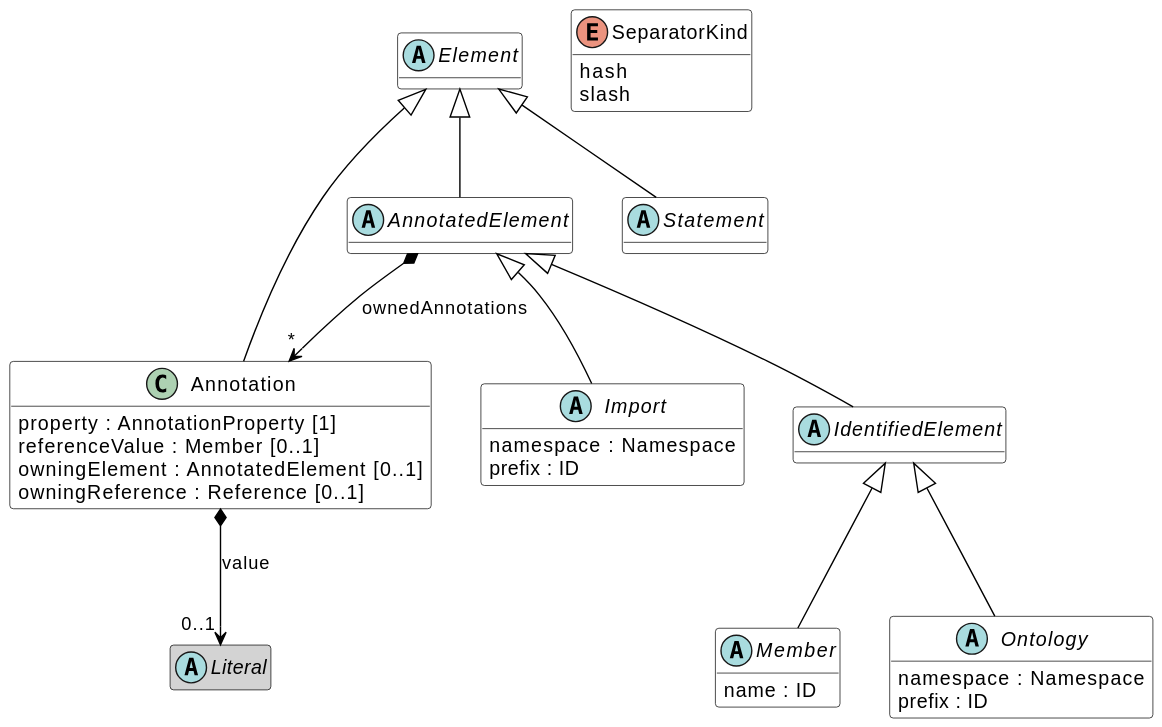
Above: images/oml-Elements.svg in opencaesar/oml (PlantUML), before the change.
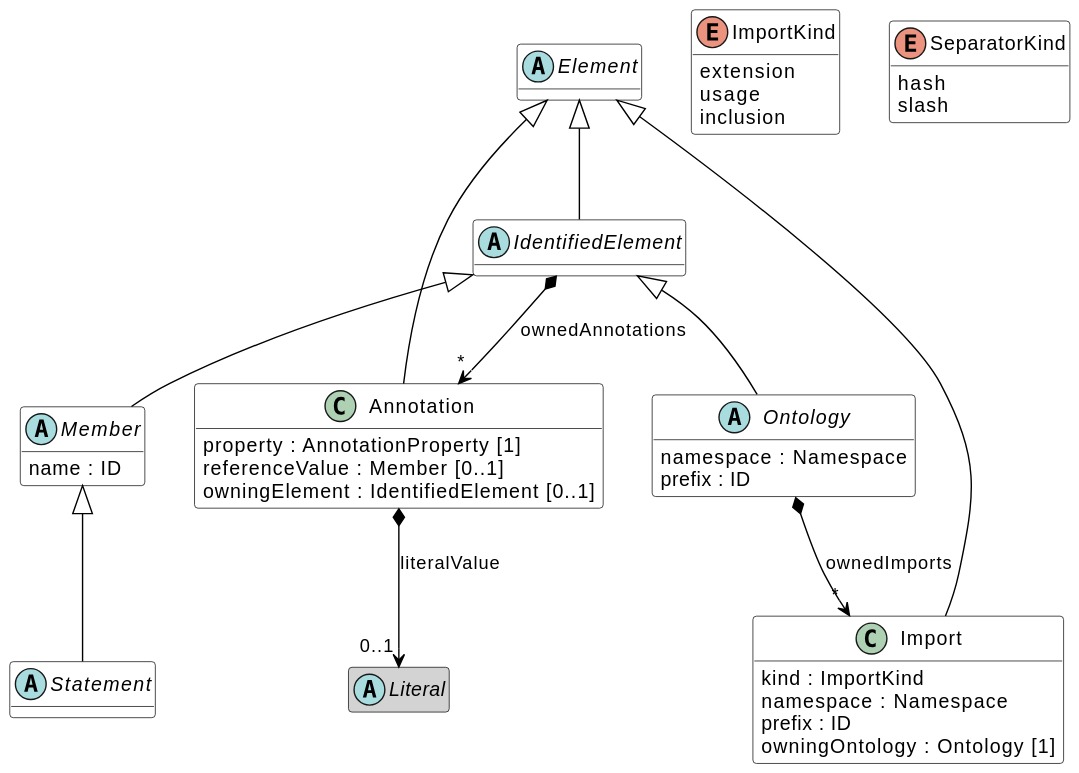
The same diagram one commit later.

The edit, as a diff of the source:
```diff
@@ -4,30 +4,33 @@
 skinparam enumBorderColor Black
 skinparam ArrowColor Black
 hide methods
-abstract class AnnotatedElement [[#AnnotatedElement]] #white {
-}
-AnnotatedElement -up-|> Element [[#Element]]
-AnnotatedElement *--> "*" Annotation : ownedAnnotations
 class Annotation [[#Annotation]] #white {
 	property : AnnotationProperty [1]
 	referenceValue : Member [0..1]
-	owningElement : AnnotatedElement [0..1]
-	owningReference : Reference [0..1]
+	owningElement : IdentifiedElement [0..1]
 }
 abstract class Literal [[#Literal]]
 hide Literal members
 Annotation -up-|> Element [[#Element]]
-Annotation *--> "0..1" Literal : value
+Annotation *--> "0..1" Literal : literalValue
 abstract class Element [[#Element]] #white {
 }
 abstract class IdentifiedElement [[#IdentifiedElement]] #white {
 }
-IdentifiedElement -up-|> AnnotatedElement [[#AnnotatedElement]]
-abstract class Import [[#Import]] #white {
+IdentifiedElement -up-|> Element [[#Element]]
+IdentifiedElement *--> "*" Annotation : ownedAnnotations
+class Import [[#Import]] #white {
+	kind : ImportKind
 	namespace : Namespace
 	prefix : ID
+	owningOntology : Ontology [1]
 }
-Import -up-|> AnnotatedElement [[#AnnotatedElement]]
+Import -up-|> Element [[#Element]]
+enum ImportKind [[#ImportKind]] #white {
+	extension
+	usage
+	inclusion
+}
 abstract class Member [[#Member]] #white {
 	name : ID
 }
@@ -37,11 +40,12 @@
 	prefix : ID
 }
 Ontology -up-|> IdentifiedElement [[#IdentifiedElement]]
+Ontology *--> "*" Import : ownedImports
 enum SeparatorKind [[#SeparatorKind]] #white {
 	hash
 	slash
 }
 abstract class Statement [[#Statement]] #white {
 }
-Statement -up-|> Element [[#Element]]
+Statement -up-|> Member [[#Member]]
 @enduml
```
